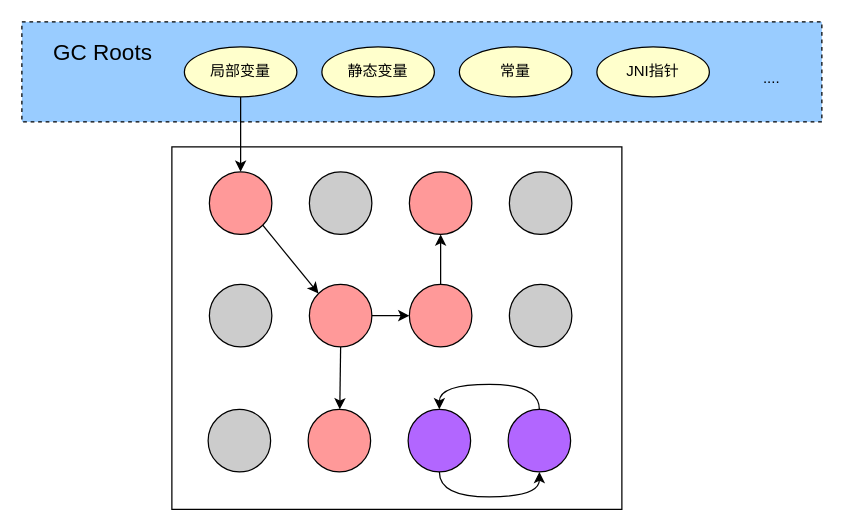
LiHuiBin1995/study-java keeps this draw.io diagram as page "根可达性分析算法" (8 of 8) of jvm/jvm内存模型.drawio. Above is the earlier version. Source tidied: cells renumbered, new cells numbered last; positions are measured from the earlier drawing's top-left corner, leaving out a move shared by most shapes. Both pictures are drawn from the tidied source at 125%, with x=0, y=0 at pixel (21, 21).
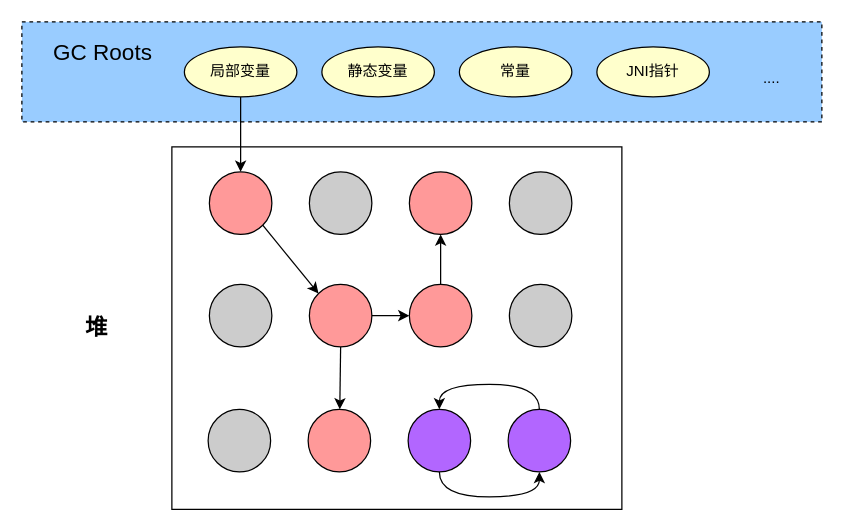
The same page after the edit.

Commit message:
更新jvm内存模型.drawio

Diff of the diagram source:
```diff
@@
+    <mxCell id="29" value="&lt;font style=&quot;font-size: 18px&quot;&gt;&lt;b&gt;堆&lt;/b&gt;&lt;/font&gt;" style="text;html=1;strokeColor=none;fillColor=none;align=center;verticalAlign=middle;whiteSpace=wrap;rounded=0;fontSize=12;fontColor=#000000;" parent="1" vertex="1">
+      <mxGeometry x="30" y="230" width="60" height="30" as="geometry" />
+    </mxCell>
```
